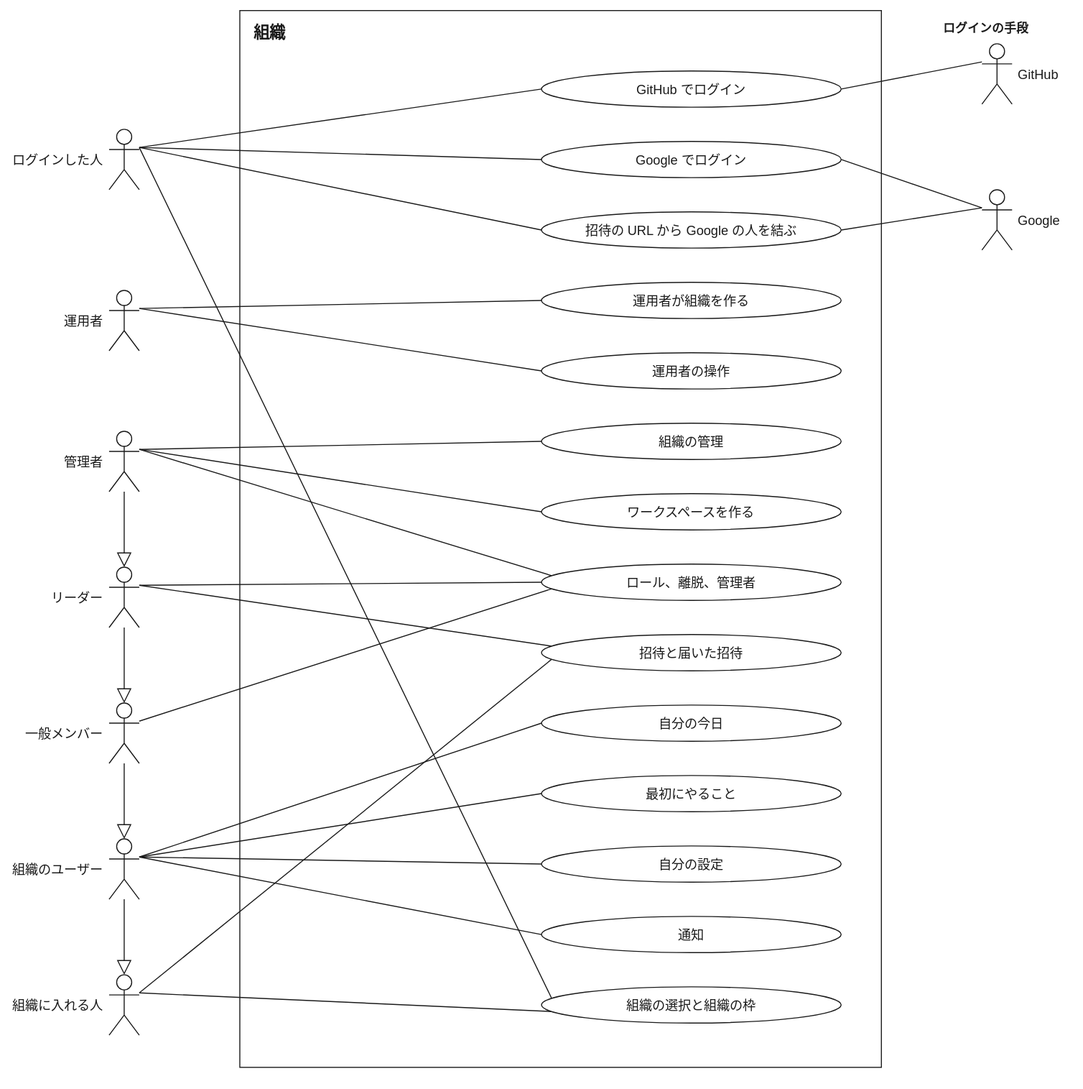
This is docs/use-cases-organization.drawio.svg from ucan-lab/scrum-guild, a draw.io export, as it was before one commit. Source tidied: cells renumbered, new cells last; positions are measured from the earlier drawing's top-left corner, leaving out a move shared by most shapes.
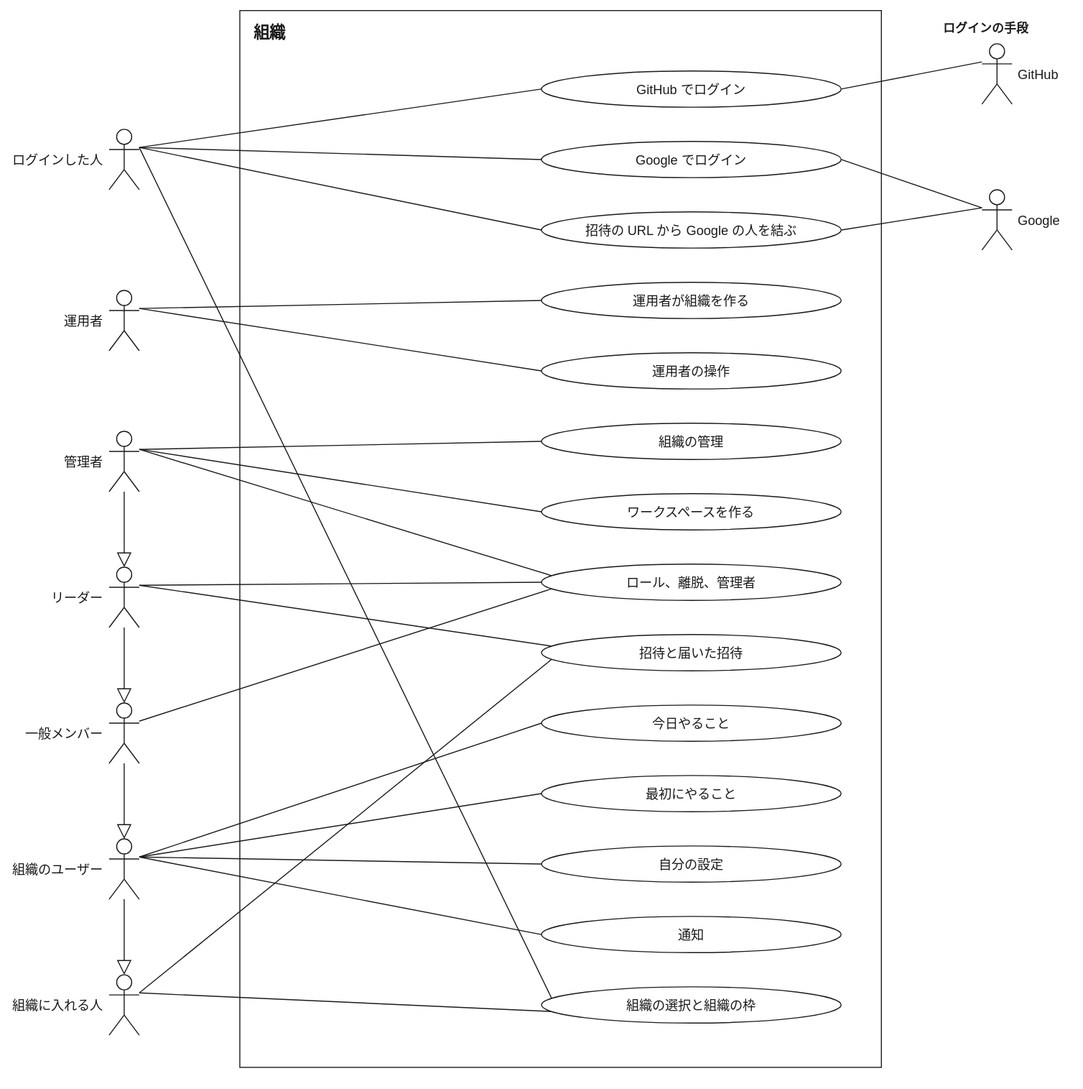
Above is the later version.

What changed in the source:
```diff
@@ -107,7 +107,7 @@
     <mxCell id="36" value="招待と届いた招待" style="html=0;fontFamily=Helvetica;fontSize=13;fontColor=#1a1a1a;strokeColor=#1a1a1a;ellipse;whiteSpace=nowrap;fillColor=#ffffff;" parent="1" vertex="1">
       <mxGeometry x="430" y="620" width="298" height="36" as="geometry" />
     </mxCell>
-    <mxCell id="37" value="自分の今日" style="html=0;fontFamily=Helvetica;fontSize=13;fontColor=#1a1a1a;strokeColor=#1a1a1a;ellipse;whiteSpace=nowrap;fillColor=#ffffff;" parent="1" vertex="1">
+    <mxCell id="37" value="今日やること" style="html=0;fontFamily=Helvetica;fontSize=13;fontColor=#1a1a1a;strokeColor=#1a1a1a;ellipse;whiteSpace=nowrap;fillColor=#ffffff;" parent="1" vertex="1">
       <mxGeometry x="430" y="690" width="298" height="36" as="geometry" />
     </mxCell>
     <mxCell id="38" value="最初にやること" style="html=0;fontFamily=Helvetica;fontSize=13;fontColor=#1a1a1a;strokeColor=#1a1a1a;ellipse;whiteSpace=nowrap;fillColor=#ffffff;" parent="1" vertex="1">
```
